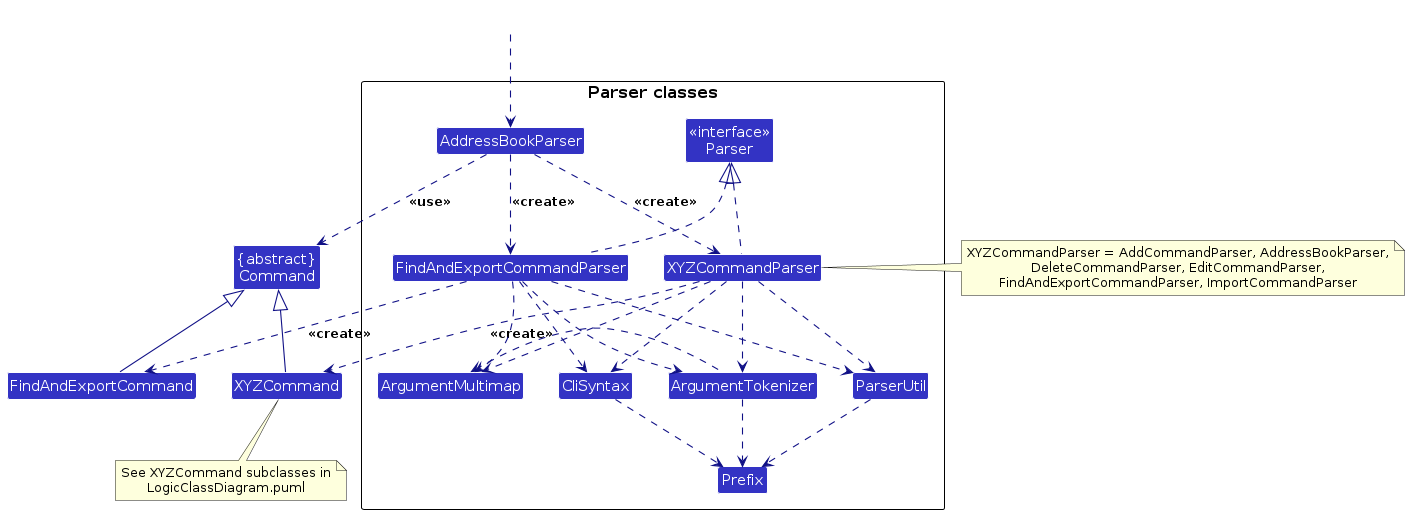
Earlier version of the PlantUML export diagrams/ParserClasses.png (AY2324S2-CS2103T-W08-3/tp). Its source is kept beside it as diagrams/ParserClasses.puml.
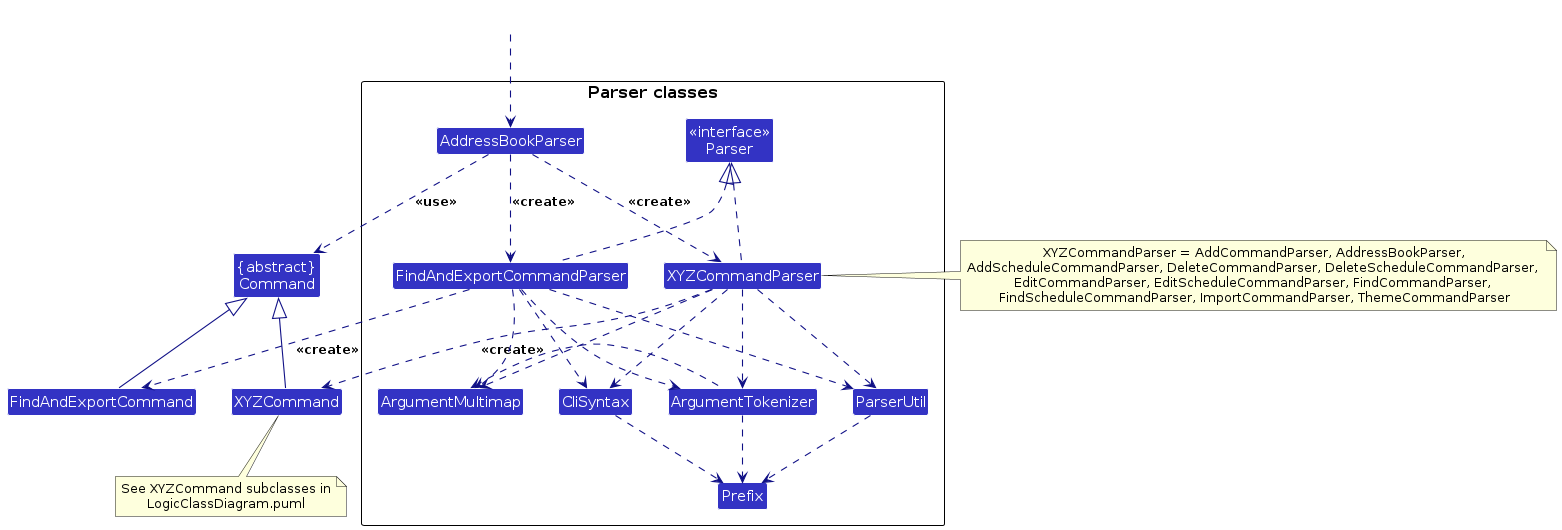
The same diagram one commit later.

The edit, as a diff of the source:
```diff
@@ -46,7 +46,7 @@
 XYZCommand -up-|> Command
 FindAndExportCommand -up-|> Command
 
-note right of XYZCommandParser: XYZCommandParser = AddCommandParser, AddressBookParser,\nDeleteCommandParser, EditCommandParser,\nFindAndExportCommandParser, ImportCommandParser
+note right of XYZCommandParser: XYZCommandParser = AddCommandParser, AddressBookParser,\nAddScheduleCommandParser, DeleteCommandParser, DeleteScheduleCommandParser, \nEditCommandParser, EditScheduleCommandParser, FindCommandParser, \nFindScheduleCommandParser, ImportCommandParser, ThemeCommandParser
 
 note bottom of XYZCommand: See XYZCommand subclasses in\nLogicClassDiagram.puml
 
```
